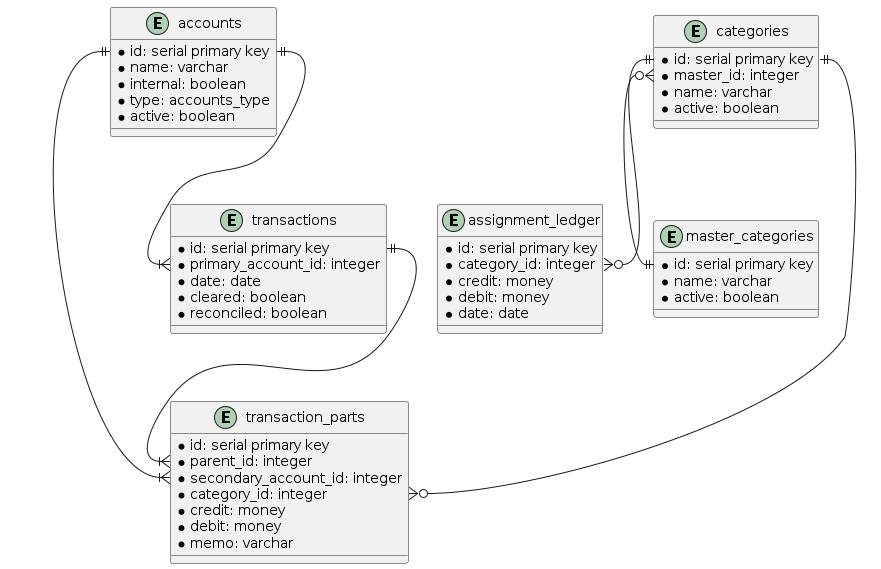
Earlier version of the PlantUML export documentation/zerobased-ERD.png (lledargo/zerobased).
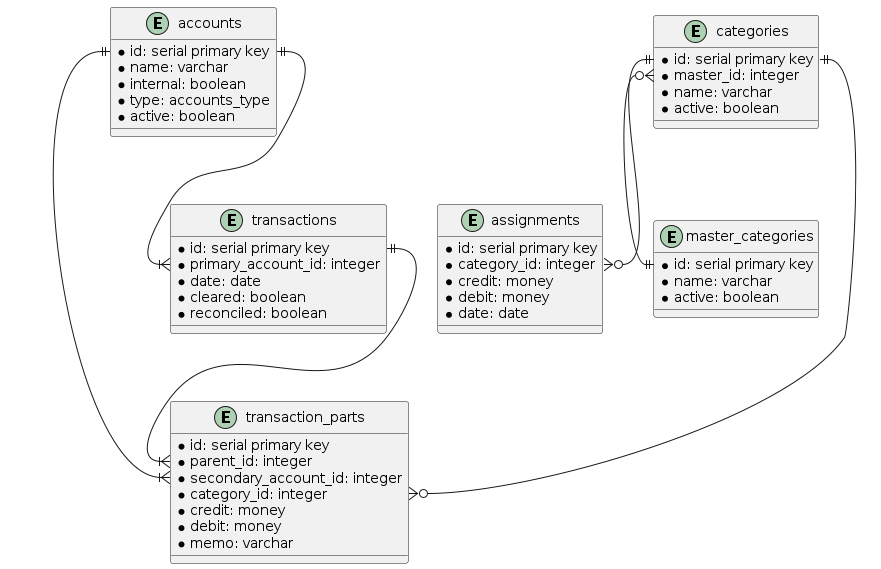
Above is the later version.

Change to the diagram source:
```diff
@@ -42,7 +42,7 @@
   *memo: varchar
 }
 
-entity "assignment_ledger" {
+entity "assignments" {
   *id: serial primary key
   *category_id: integer
   *credit: money
@@ -55,6 +55,6 @@
 accounts::id ||--|{ transaction_parts::secondary_account_id
 categories::master }o--|| master_categories::id
 categories::id ||--o{ transaction_parts::category_id
-categories::id ||--o{ assignment_ledger::category_id
+categories::id ||--o{ assignments::category_id
 transactions::id ||--|{ transaction_parts::parent_id
 @enduml
```
